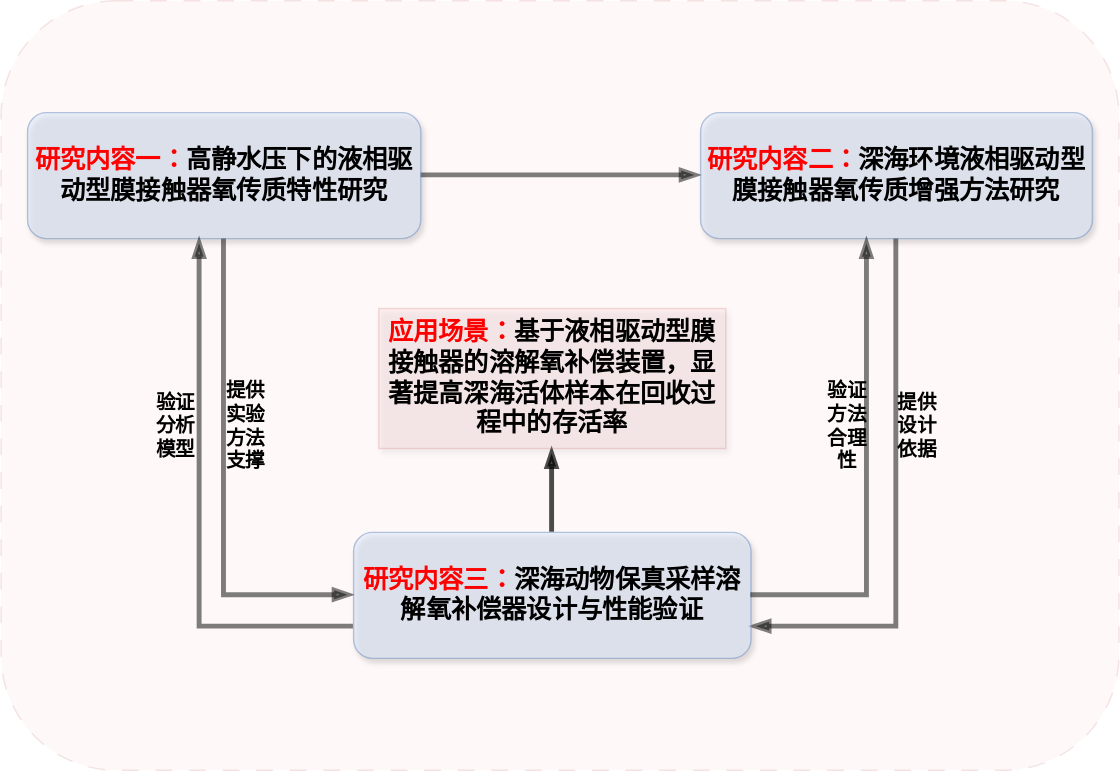
This is 研究内容_开题.drawio.svg from chiguaren3/drawio_project, a draw.io export, as it was before one commit. Source tidied: cells renumbered, new cells last; positions are measured from the earlier drawing's top-left corner, leaving out a move shared by most shapes.
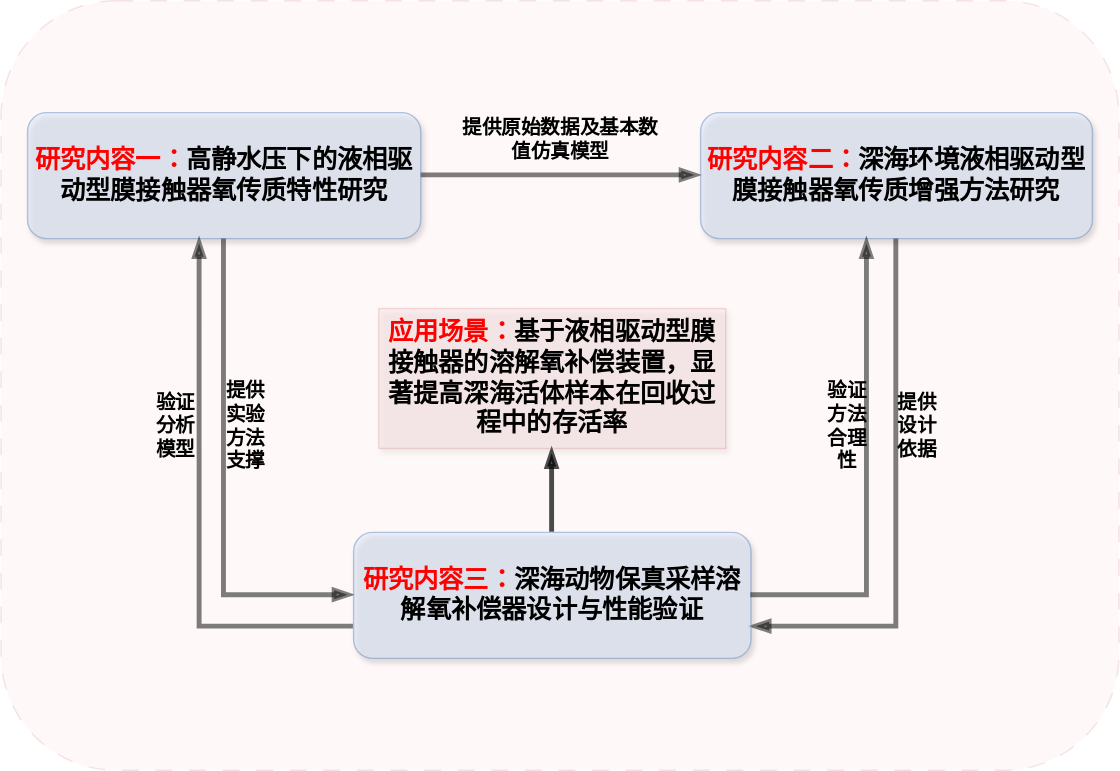
The same diagram one commit later.

Commit message:
更新研究内容_开题.drawio.svg

What changed in the source:
```diff
@@ -47,5 +47,8 @@
     <mxCell id="16" value="&lt;b&gt;&lt;font face=&quot;宋体&quot; style=&quot;font-size: 14px;&quot;&gt;验证分析模型&lt;/font&gt;&lt;/b&gt;" style="text;html=1;whiteSpace=wrap;strokeColor=none;fillColor=none;align=center;verticalAlign=middle;rounded=0;" parent="1" vertex="1">
       <mxGeometry x="110" y="250" width="30" height="110" as="geometry" />
     </mxCell>
+    <mxCell id="17" value="&lt;b&gt;&lt;font face=&quot;宋体&quot; style=&quot;font-size: 14px;&quot;&gt;提供原始数据及基本数值仿真模型&lt;/font&gt;&lt;/b&gt;" style="text;html=1;whiteSpace=wrap;strokeColor=none;fillColor=none;align=center;verticalAlign=middle;rounded=0;" parent="1" vertex="1">
+      <mxGeometry x="327.5" y="90" width="144" height="20" as="geometry" />
+    </mxCell>
   </root>
 </mxGraphModel>
```
